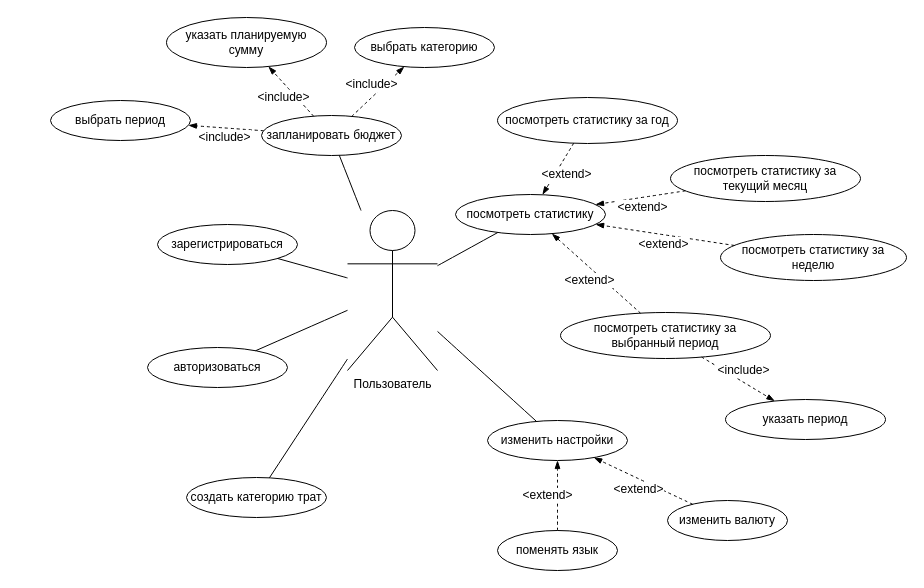
Before: диаграммы/ДВИ.drawio in nastyatomchuk/diplom, a draw.io diagram. Source tidied: cells renumbered, new cells numbered last; positions are measured from the earlier drawing's top-left corner, leaving out a move shared by most shapes. Both pictures are drawn from the tidied source at 100%, with x=0, y=0 at pixel (50, 17).
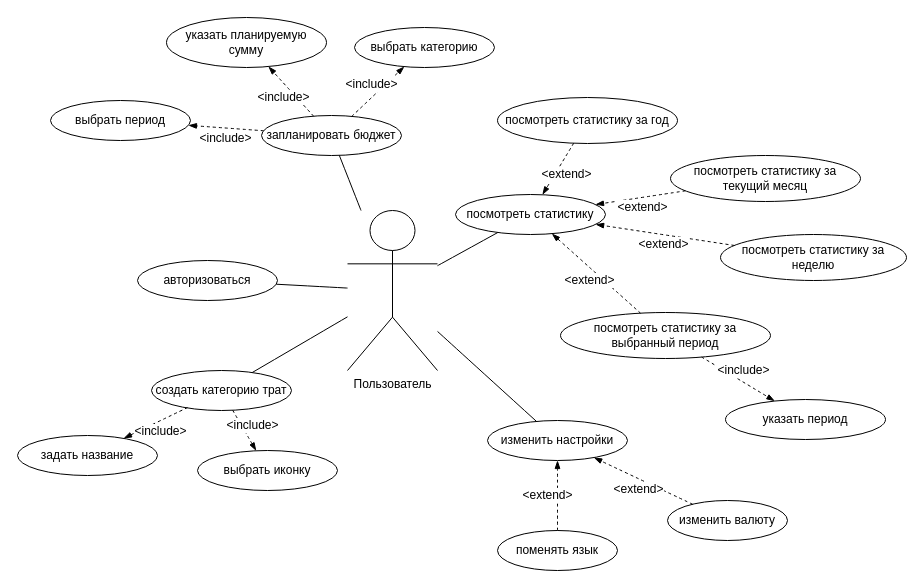
The same diagram, later.

The change refers to these unchanged cells:
```xml
<mxCell id="2" value="Пользователь" style="shape=umlActor;verticalLabelPosition=bottom;verticalAlign=top;html=1;outlineConnect=0;" parent="1" vertex="1">
  <mxGeometry x="297" y="193" width="90" height="160" as="geometry" />
</mxCell>
<mxCell id="25" value="запланировать бюджет" style="ellipse;whiteSpace=wrap;html=1;" parent="1" vertex="1">
  <mxGeometry x="211" y="98" width="140" height="40" as="geometry" />
</mxCell>
<mxCell id="28" value="выбрать период" style="ellipse;whiteSpace=wrap;html=1;" parent="1" vertex="1">
  <mxGeometry y="83" width="140" height="40" as="geometry" />
</mxCell>
```

The edit, as a diff of the source:
```diff
@@
-    <mxCell id="9" value="зарегистрироваться" style="ellipse;whiteSpace=wrap;html=1;" parent="1" vertex="1">
-      <mxGeometry x="107" y="207" width="140" height="40" as="geometry" />
-    </mxCell>
-    <mxCell id="10" style="endArrow=none;html=1;rounded=0;fontSize=12;startSize=8;endSize=8;curved=1;" parent="1" edge="1" source="2" target="9">
-      <mxGeometry relative="1" as="geometry" />
-    </mxCell>
     <mxCell id="11" value="авторизоваться" style="ellipse;whiteSpace=wrap;html=1;" parent="1" vertex="1">
-      <mxGeometry x="97" y="330" width="140" height="40" as="geometry" />
+      <mxGeometry x="87" y="243" width="140" height="40" as="geometry" />
     </mxCell>
@@
     <mxCell id="30" value="&amp;lt;include&amp;gt;" style="endArrow=blockThin;endFill=1;html=1;rounded=0;fontSize=12;curved=1;dashed=1;" parent="1" edge="1" source="25" target="28">
-      <mxGeometry y="10" relative="1" as="geometry" />
+      <mxGeometry x="-0.01" y="10" relative="1" as="geometry" />
     </mxCell>
@@
     <mxCell id="33" value="создать категорию трат" style="ellipse;whiteSpace=wrap;html=1;" parent="1" vertex="1">
-      <mxGeometry x="136" y="460" width="140" height="40" as="geometry" />
+      <mxGeometry x="101" y="353" width="140" height="40" as="geometry" />
     </mxCell>
@@
+    <mxCell id="35" value="задать название" style="ellipse;whiteSpace=wrap;html=1;" parent="1" vertex="1">
+      <mxGeometry x="-33" y="418" width="140" height="40" as="geometry" />
+    </mxCell>
+    <mxCell id="36" value="&amp;lt;include&amp;gt;" style="endArrow=blockThin;endFill=1;html=1;rounded=0;fontSize=12;curved=1;dashed=1;exitX=0.257;exitY=0.927;exitDx=0;exitDy=0;exitPerimeter=0;" parent="1" edge="1" source="33" target="35">
+      <mxGeometry x="-0.01" y="10" relative="1" as="geometry" />
+    </mxCell>
+    <mxCell id="37" value="выбрать иконку" style="ellipse;whiteSpace=wrap;html=1;" parent="1" vertex="1">
+      <mxGeometry x="147" y="433" width="140" height="40" as="geometry" />
+    </mxCell>
+    <mxCell id="38" value="&amp;lt;include&amp;gt;" style="endArrow=blockThin;endFill=1;html=1;rounded=0;fontSize=12;curved=1;dashed=1;" parent="1" edge="1" source="33" target="37">
+      <mxGeometry x="-0.01" y="10" relative="1" as="geometry" />
+    </mxCell>
```
